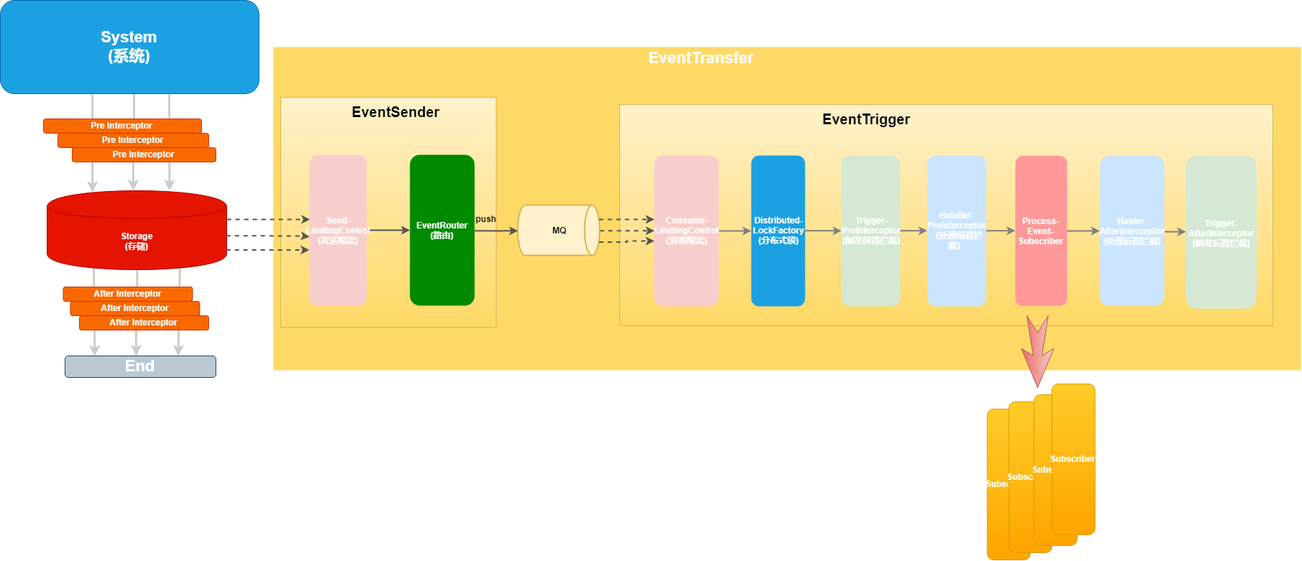
The draw.io diagram doc/image/EasyEvent.png in openquartz/easy-event, before a commit. Source tidied: cells renumbered, new cells last; positions are measured from the earlier drawing's top-left corner, leaving out a move shared by most shapes.
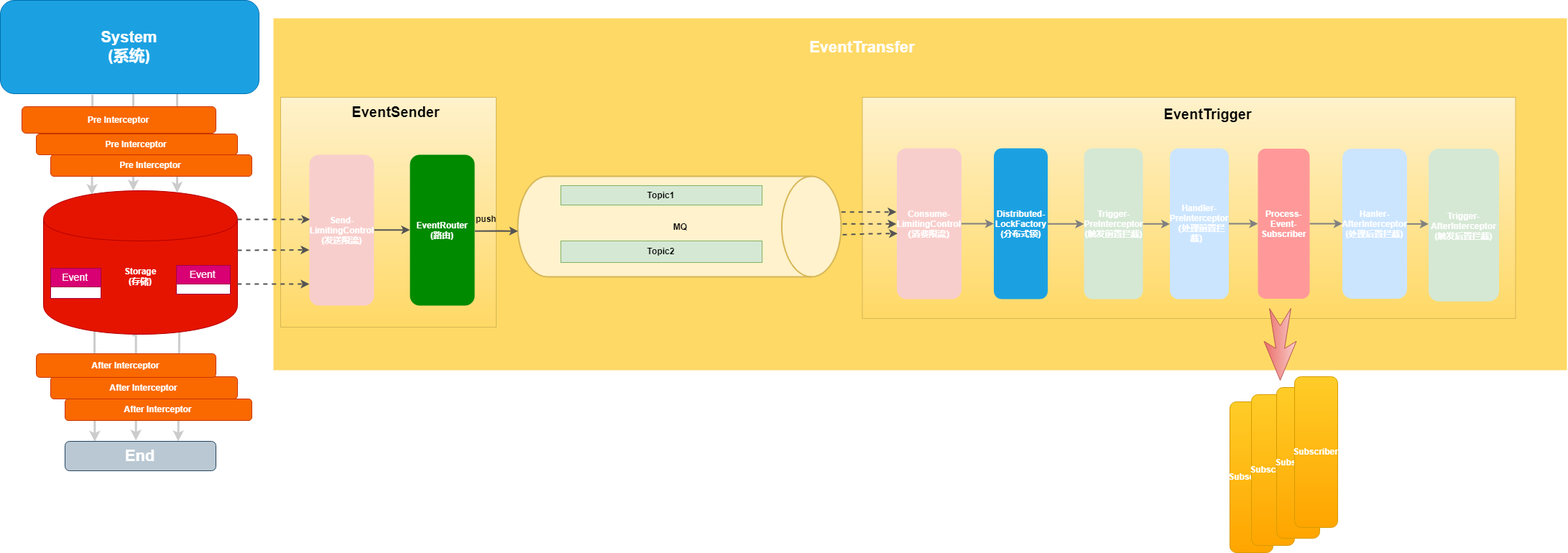
The same diagram one commit later.

Diff of the diagram source:
```diff
@@ -5,6 +5,6 @@
     <mxCell id="2" style="rounded=0;whiteSpace=wrap;html=1;strokeWidth=2;fillColor=#FFD966;strokeColor=none;" parent="1" vertex="1">
-      <mxGeometry x="380" y="65" width="1430" height="450" as="geometry" />
+      <mxGeometry x="380" y="25" width="1800" height="490" as="geometry" />
     </mxCell>
     <mxCell id="3" style="rounded=0;whiteSpace=wrap;html=1;gradientColor=#ffd966;fillColor=#fff2cc;strokeColor=#d6b656;" parent="1" vertex="1">
-      <mxGeometry x="862" y="145" width="909" height="308" as="geometry" />
+      <mxGeometry x="1199.5" y="135" width="909" height="308" as="geometry" />
     </mxCell>
@@ -15,3 +15,3 @@
       <mxGeometry relative="1" as="geometry">
-        <mxPoint x="130" y="365" as="sourcePoint" />
+        <mxPoint x="131" y="459" as="sourcePoint" />
       </mxGeometry>
@@ -23,10 +23,13 @@
     </mxCell>
-    <mxCell id="7" style="endArrow=classic;html=1;exitX=0.653;exitY=1.006;exitDx=0;exitDy=0;strokeWidth=3;strokeColor=#CCCCCC;exitPerimeter=0;entryX=0.682;entryY=-0.001;entryDx=0;entryDy=0;entryPerimeter=0;" parent="1" edge="1" source="10" target="15">
-      <mxGeometry relative="1" as="geometry" />
+    <mxCell id="7" style="endArrow=classic;html=1;strokeWidth=3;strokeColor=#CCCCCC;entryX=0.689;entryY=0.014;entryDx=0;entryDy=0;entryPerimeter=0;" parent="1" edge="1" target="15">
+      <mxGeometry relative="1" as="geometry">
+        <mxPoint x="246" y="125" as="sourcePoint" />
+      </mxGeometry>
     </mxCell>
-    <mxCell id="8" style="endArrow=classic;html=1;strokeWidth=3;strokeColor=#CCCCCC;exitX=0.356;exitY=1.009;exitDx=0;exitDy=0;exitPerimeter=0;entryX=0.253;entryY=0.021;entryDx=0;entryDy=0;entryPerimeter=0;" parent="1" edge="1" source="10" target="15">
+    <mxCell id="8" style="endArrow=classic;html=1;strokeWidth=3;strokeColor=#CCCCCC;exitX=0.356;exitY=1.009;exitDx=0;exitDy=0;exitPerimeter=0;entryX=0.25;entryY=0.03;entryDx=0;entryDy=0;entryPerimeter=0;" parent="1" edge="1" source="10" target="15">
       <mxGeometry relative="1" as="geometry" />
     </mxCell>
-    <mxCell id="9" style="edgeStyle=orthogonalEdgeStyle;rounded=0;jettySize=auto;html=1;strokeWidth=3;strokeColor=#CCCCCC;exitX=0.516;exitY=0.996;exitDx=0;exitDy=0;exitPerimeter=0;" parent="1" edge="1" source="10">
+    <mxCell id="9" style="edgeStyle=orthogonalEdgeStyle;rounded=0;orthogonalLoop=1;jettySize=auto;html=1;strokeWidth=3;strokeColor=#CCCCCC;" parent="1" edge="1">
       <mxGeometry relative="1" as="geometry">
+        <mxPoint x="185" y="125" as="sourcePoint" />
         <mxPoint x="185" y="265" as="targetPoint" />
@@ -38,29 +41,31 @@
     <mxCell id="11" value="&lt;b&gt;Pre Interceptor&lt;/b&gt;" style="rounded=1;whiteSpace=wrap;html=1;fillColor=#fa6800;strokeColor=#C73500;fontColor=#ffffff;" parent="1" vertex="1">
-      <mxGeometry x="60" y="165" width="220" height="20" as="geometry" />
+      <mxGeometry x="30" y="148" width="270" height="37" as="geometry" />
     </mxCell>
     <mxCell id="12" value="&lt;b&gt;Pre Interceptor&lt;/b&gt;" style="rounded=1;whiteSpace=wrap;html=1;fillColor=#fa6800;strokeColor=#C73500;fontColor=#ffffff;" parent="1" vertex="1">
-      <mxGeometry x="80" y="185" width="210" height="20" as="geometry" />
+      <mxGeometry x="50" y="186" width="280" height="29" as="geometry" />
     </mxCell>
     <mxCell id="13" value="&lt;b&gt;Pre Interceptor&lt;/b&gt;" style="rounded=1;whiteSpace=wrap;html=1;fillColor=#fa6800;strokeColor=#C73500;fontColor=#ffffff;" parent="1" vertex="1">
-      <mxGeometry x="100" y="205" width="200" height="20" as="geometry" />
+      <mxGeometry x="70" y="215" width="280" height="30" as="geometry" />
     </mxCell>
-    <mxCell id="14" style="edgeStyle=orthogonalEdgeStyle;rounded=0;jettySize=auto;html=1;entryX=0.473;entryY=-0.013;entryDx=0;entryDy=0;entryPerimeter=0;strokeWidth=3;strokeColor=#CCCCCC;" parent="1" edge="1" source="15" target="48">
-      <mxGeometry relative="1" as="geometry" />
+    <mxCell id="14" style="edgeStyle=orthogonalEdgeStyle;rounded=0;jettySize=auto;html=1;entryX=0.473;entryY=-0.013;entryDx=0;entryDy=0;entryPerimeter=0;strokeWidth=3;strokeColor=#CCCCCC;" parent="1" edge="1" target="48">
+      <mxGeometry relative="1" as="geometry">
+        <mxPoint x="184" y="466" as="sourcePoint" />
+        <Array as="points">
+          <mxPoint x="189" y="466" />
+        </Array>
+      </mxGeometry>
     </mxCell>
     <mxCell id="15" value="&lt;b&gt;Storage&lt;br&gt;(存储)&lt;/b&gt;" style="shape=cylinder;whiteSpace=wrap;html=1;boundedLbl=1;backgroundOutline=1;fillColor=#e51400;strokeColor=#B20000;fontColor=#ffffff;" parent="1" vertex="1">
-      <mxGeometry x="65" y="265" width="250" height="110" as="geometry" />
+      <mxGeometry x="60" y="265" width="270" height="200" as="geometry" />
     </mxCell>
-    <mxCell id="16" value="&lt;b&gt;After Interceptor&lt;/b&gt;" style="rounded=1;whiteSpace=wrap;html=1;fillColor=#fa6800;strokeColor=#C73500;fontColor=#ffffff;" parent="1" vertex="1">
-      <mxGeometry x="87.5" y="399" width="180" height="20" as="geometry" />
-    </mxCell>
     <mxCell id="17" value="&lt;b&gt;After Interceptor&lt;/b&gt;" style="rounded=1;whiteSpace=wrap;html=1;fillColor=#fa6800;strokeColor=#C73500;fontColor=#ffffff;" parent="1" vertex="1">
-      <mxGeometry x="97.5" y="419" width="180" height="20" as="geometry" />
+      <mxGeometry x="70" y="524" width="260" height="31" as="geometry" />
     </mxCell>
     <mxCell id="18" value="&lt;b&gt;After Interceptor&lt;/b&gt;" style="rounded=1;whiteSpace=wrap;html=1;fillColor=#fa6800;strokeColor=#C73500;fontColor=#ffffff;" parent="1" vertex="1">
-      <mxGeometry x="110" y="439" width="180" height="20" as="geometry" />
+      <mxGeometry x="90" y="555" width="260" height="30" as="geometry" />
     </mxCell>
-    <mxCell id="19" style="endArrow=classic;html=1;exitX=0.997;exitY=0.57;exitDx=0;exitDy=0;exitPerimeter=0;dashed=1;entryX=0.004;entryY=0.544;entryDx=0;entryDy=0;entryPerimeter=0;strokeWidth=2;strokeColor=#545454;" parent="1" edge="1" source="15" target="23">
+    <mxCell id="19" style="endArrow=classic;html=1;exitX=0.999;exitY=0.65;exitDx=0;exitDy=0;exitPerimeter=0;dashed=1;strokeWidth=2;strokeColor=#545454;" parent="1" edge="1" source="15" target="23">
       <mxGeometry relative="1" as="geometry">
         <Array as="points">
-          <mxPoint x="420" y="328" />
+          <mxPoint x="430" y="395" />
         </Array>
@@ -68,5 +73,5 @@
     </mxCell>
-    <mxCell id="20" style="endArrow=classic;html=1;exitX=0.997;exitY=0.57;exitDx=0;exitDy=0;exitPerimeter=0;dashed=1;strokeWidth=2;strokeColor=#545454;" parent="1" edge="1">
+    <mxCell id="20" style="endArrow=classic;html=1;dashed=1;strokeWidth=2;strokeColor=#545454;" parent="1" edge="1">
       <mxGeometry relative="1" as="geometry">
-        <mxPoint x="314.2" y="347.5" as="sourcePoint" />
+        <mxPoint x="330" y="348" as="sourcePoint" />
         <mxPoint x="430" y="347.5" as="targetPoint" />
@@ -74,5 +79,5 @@
     </mxCell>
-    <mxCell id="21" style="endArrow=classic;html=1;exitX=0.997;exitY=0.57;exitDx=0;exitDy=0;exitPerimeter=0;dashed=1;strokeWidth=2;strokeColor=#545454;" parent="1" edge="1">
+    <mxCell id="21" style="endArrow=classic;html=1;dashed=1;strokeWidth=2;strokeColor=#545454;" parent="1" edge="1">
       <mxGeometry relative="1" as="geometry">
-        <mxPoint x="315.2" y="305" as="sourcePoint" />
+        <mxPoint x="330" y="305" as="sourcePoint" />
         <mxPoint x="431" y="305" as="targetPoint" />
@@ -80,3 +85,3 @@
     </mxCell>
-    <mxCell id="22" style="edgeStyle=orthogonalEdgeStyle;rounded=0;jettySize=auto;html=1;strokeWidth=2;strokeColor=#545454;" parent="1" edge="1" source="23" target="24">
+    <mxCell id="22" style="edgeStyle=orthogonalEdgeStyle;rounded=0;jettySize=auto;html=1;strokeWidth=2;strokeColor=#545454;exitX=1;exitY=0.5;exitDx=0;exitDy=0;" parent="1" edge="1" source="23" target="24">
       <mxGeometry relative="1" as="geometry" />
@@ -84,3 +89,3 @@
     <mxCell id="23" value="&lt;b&gt;&lt;font color=&quot;#ffffff&quot;&gt;Send-LimitingControl&lt;br&gt;(发送限流)&lt;/font&gt;&lt;/b&gt;" style="rounded=1;whiteSpace=wrap;html=1;fillColor=#f8cecc;strokeColor=none;" parent="1" vertex="1">
-      <mxGeometry x="430" y="215" width="80" height="210" as="geometry" />
+      <mxGeometry x="430" y="215" width="90" height="210" as="geometry" />
     </mxCell>
@@ -89,7 +94,8 @@
     </mxCell>
-    <mxCell id="25" style="edgeStyle=orthogonalEdgeStyle;rounded=0;jettySize=auto;html=1;dashed=1;entryX=0;entryY=0.5;entryDx=0;entryDy=0;strokeWidth=2;strokeColor=#545454;" parent="1" edge="1" source="26" target="28">
+    <mxCell id="25" style="edgeStyle=orthogonalEdgeStyle;rounded=0;jettySize=auto;html=1;dashed=1;entryX=0;entryY=0.5;entryDx=0;entryDy=0;strokeWidth=2;strokeColor=#545454;" parent="1" edge="1" target="28">
       <mxGeometry relative="1" as="geometry">
+        <mxPoint x="1171.5" y="311" as="sourcePoint" />
         <Array as="points">
-          <mxPoint x="850" y="321" />
-          <mxPoint x="850" y="321" />
+          <mxPoint x="1187.5" y="311" />
+          <mxPoint x="1187.5" y="311" />
         </Array>
@@ -98,3 +104,3 @@
     <mxCell id="26" value="&lt;b&gt;MQ&lt;/b&gt;" style="strokeWidth=2;html=1;shape=mxgraph.flowchart.direct_data;whiteSpace=wrap;fillColor=#fff2cc;strokeColor=#d6b656;" parent="1" vertex="1">
-      <mxGeometry x="720" y="285" width="114" height="70" as="geometry" />
+      <mxGeometry x="720" y="245" width="450" height="140" as="geometry" />
     </mxCell>
@@ -104,6 +110,6 @@
     <mxCell id="28" value="&lt;b&gt;&lt;font color=&quot;#ffffff&quot;&gt;Consume-&lt;br&gt;LimitingControl&lt;br&gt;（消费限流）&lt;/font&gt;&lt;/b&gt;" style="rounded=1;whiteSpace=wrap;html=1;fillColor=#f8cecc;strokeColor=none;" parent="1" vertex="1">
-      <mxGeometry x="910" y="216" width="90" height="210" as="geometry" />
+      <mxGeometry x="1247.5" y="206" width="90" height="210" as="geometry" />
     </mxCell>
     <mxCell id="29" value="&lt;b&gt;Distributed-&lt;br&gt;LockFactory&lt;br&gt;(分布式锁)&lt;/b&gt;" style="rounded=1;whiteSpace=wrap;html=1;fillColor=#1ba1e2;strokeColor=none;fontColor=#ffffff;" parent="1" vertex="1">
-      <mxGeometry x="1045" y="216" width="75" height="210" as="geometry" />
+      <mxGeometry x="1382.5" y="206" width="75" height="210" as="geometry" />
     </mxCell>
@@ -116,3 +122,3 @@
     <mxCell id="32" value="&lt;b&gt;&lt;font color=&quot;#ffffff&quot;&gt;Trigger-&lt;br&gt;PreInterceptor&lt;br&gt;(触发前置拦截)&lt;/font&gt;&lt;/b&gt;" style="rounded=1;whiteSpace=wrap;html=1;fillColor=#d5e8d4;strokeColor=none;" parent="1" vertex="1">
-      <mxGeometry x="1170.5" y="216" width="82" height="210" as="geometry" />
+      <mxGeometry x="1508" y="206" width="82" height="210" as="geometry" />
     </mxCell>
@@ -122,3 +128,3 @@
     <mxCell id="34" value="&lt;font color=&quot;#ffffff&quot;&gt;&lt;b&gt;Handler-&lt;br&gt;PreInterceptor&lt;br&gt;（处理前置拦截）&lt;br&gt;&lt;/b&gt;&lt;/font&gt;" style="rounded=1;whiteSpace=wrap;html=1;fillColor=#CCE5FF;strokeColor=none;" parent="1" vertex="1">
-      <mxGeometry x="1290" y="216" width="82" height="210" as="geometry" />
+      <mxGeometry x="1627.5" y="206" width="82" height="210" as="geometry" />
     </mxCell>
@@ -128,3 +134,3 @@
     <mxCell id="36" value="&lt;b&gt;&lt;font color=&quot;#ffffff&quot;&gt;Process-Event-Subscriber&lt;/font&gt;&lt;/b&gt;" style="rounded=1;whiteSpace=wrap;html=1;fillColor=#FF9999;strokeColor=none;dashed=1;" parent="1" vertex="1">
-      <mxGeometry x="1412.5" y="216.5" width="72" height="209" as="geometry" />
+      <mxGeometry x="1750" y="206.5" width="72" height="209" as="geometry" />
     </mxCell>
@@ -133,4 +139,4 @@
         <Array as="points">
-          <mxPoint x="1640" y="322" />
-          <mxPoint x="1640" y="322" />
+          <mxPoint x="1977.5" y="312" />
+          <mxPoint x="1977.5" y="312" />
         </Array>
@@ -139,9 +145,9 @@
     <mxCell id="38" value="&lt;font color=&quot;#ffffff&quot;&gt;&lt;b&gt;Hanler-&lt;br&gt;&lt;/b&gt;&lt;/font&gt;&lt;b&gt;&lt;font color=&quot;#ffffff&quot;&gt;AfterInterceptor&lt;br&gt;(处理后置拦截)&lt;/font&gt;&lt;/b&gt;" style="rounded=1;whiteSpace=wrap;html=1;fillColor=#CCE5FF;strokeColor=none;dashed=1;" parent="1" vertex="1">
-      <mxGeometry x="1530" y="216.5" width="90" height="209" as="geometry" />
+      <mxGeometry x="1867.5" y="206.5" width="90" height="209" as="geometry" />
     </mxCell>
     <mxCell id="39" value="&lt;font color=&quot;#ffffff&quot;&gt;&lt;b&gt;Subscriber&lt;/b&gt;&lt;/font&gt;" style="rounded=1;whiteSpace=wrap;html=1;gradientColor=#ffa500;fillColor=#ffcd28;strokeColor=#d79b00;" parent="1" vertex="1">
-      <mxGeometry x="1373.5" y="569" width="60" height="210" as="geometry" />
+      <mxGeometry x="1711" y="559" width="60" height="210" as="geometry" />
     </mxCell>
     <mxCell id="40" value="&lt;b&gt;&lt;font color=&quot;#ffffff&quot;&gt;Trigger-&lt;br&gt;AfterInterceptor&lt;br&gt;(触发后置拦截)&lt;/font&gt;&lt;/b&gt;" style="rounded=1;whiteSpace=wrap;html=1;fillColor=#d5e8d4;strokeColor=none;strokeWidth=1;dashed=1;" parent="1" vertex="1">
-      <mxGeometry x="1650" y="216.5" width="98" height="210" as="geometry" />
+      <mxGeometry x="1987.5" y="206.5" width="98" height="210" as="geometry" />
     </mxCell>
@@ -154,18 +160,18 @@
     <mxCell id="43" value="&lt;b&gt;&lt;font style=&quot;font-size: 20px&quot;&gt;EventTrigger&lt;/font&gt;&lt;/b&gt;" style="text;html=1;strokeColor=none;fillColor=none;align=center;verticalAlign=middle;whiteSpace=wrap;rounded=0;" parent="1" vertex="1">
-      <mxGeometry x="1185" y="155" width="40" height="20" as="geometry" />
+      <mxGeometry x="1660" y="148" width="40" height="20" as="geometry" />
     </mxCell>
     <mxCell id="44" value="&lt;font color=&quot;#ffffff&quot;&gt;&lt;b&gt;Subscriber&lt;/b&gt;&lt;/font&gt;" style="rounded=1;whiteSpace=wrap;html=1;gradientColor=#ffa500;fillColor=#ffcd28;strokeColor=#d79b00;" parent="1" vertex="1">
-      <mxGeometry x="1403.5" y="559" width="60" height="210" as="geometry" />
+      <mxGeometry x="1741" y="549" width="60" height="210" as="geometry" />
     </mxCell>
     <mxCell id="45" value="&lt;font color=&quot;#ffffff&quot;&gt;&lt;b&gt;Subscriber&lt;/b&gt;&lt;/font&gt;" style="rounded=1;whiteSpace=wrap;html=1;gradientColor=#ffa500;fillColor=#ffcd28;strokeColor=#d79b00;" parent="1" vertex="1">
-      <mxGeometry x="1438.5" y="549" width="60" height="210" as="geometry" />
+      <mxGeometry x="1776" y="539" width="60" height="210" as="geometry" />
     </mxCell>
     <mxCell id="46" value="&lt;font color=&quot;#ffffff&quot;&gt;&lt;b&gt;Subscriber&lt;/b&gt;&lt;/font&gt;" style="rounded=1;whiteSpace=wrap;html=1;gradientColor=#ffa500;fillColor=#ffcd28;strokeColor=#d79b00;" parent="1" vertex="1">
-      <mxGeometry x="1463.5" y="534" width="60" height="210" as="geometry" />
+      <mxGeometry x="1801" y="524" width="60" height="210" as="geometry" />
     </mxCell>
     <mxCell id="47" style="html=1;shadow=0;dashed=0;align=center;verticalAlign=middle;shape=mxgraph.arrows2.stylisedArrow;dy=0.73;dx=44.33;notch=24;feather=0.34;direction=south;gradientColor=#ea6b66;fillColor=#f8cecc;strokeColor=#b85450;" parent="1" vertex="1">
-      <mxGeometry x="1421" y="439" width="45" height="100" as="geometry" />
+      <mxGeometry x="1758.5" y="429" width="45" height="100" as="geometry" />
     </mxCell>
     <mxCell id="48" value="&lt;font color=&quot;#ffffff&quot; size=&quot;1&quot;&gt;&lt;b style=&quot;font-size: 22px&quot;&gt;End&lt;/b&gt;&lt;/font&gt;" style="rounded=1;whiteSpace=wrap;html=1;fillColor=#bac8d3;strokeColor=#23445d;" parent="1" vertex="1">
-      <mxGeometry x="90" y="495" width="210" height="30" as="geometry" />
+      <mxGeometry x="90" y="614" width="210" height="41" as="geometry" />
     </mxCell>
@@ -173,6 +179,6 @@
       <mxGeometry relative="1" as="geometry">
-        <mxPoint x="833" y="305" as="sourcePoint" />
-        <mxPoint x="909.8" y="304.8" as="targetPoint" />
+        <mxPoint x="1170.5" y="295" as="sourcePoint" />
+        <mxPoint x="1247.3" y="294.8" as="targetPoint" />
         <Array as="points">
-          <mxPoint x="833" y="305" />
+          <mxPoint x="1170.5" y="295" />
         </Array>
@@ -180,7 +186,8 @@
     </mxCell>
-    <mxCell id="50" style="edgeStyle=orthogonalEdgeStyle;rounded=0;jettySize=auto;html=1;dashed=1;strokeWidth=2;strokeColor=#545454;exitX=0.997;exitY=0.729;exitDx=0;exitDy=0;exitPerimeter=0;" parent="1" edge="1" source="26">
+    <mxCell id="50" style="edgeStyle=orthogonalEdgeStyle;rounded=0;orthogonalLoop=1;jettySize=auto;html=1;dashed=1;strokeWidth=2;strokeColor=#545454;exitX=0.997;exitY=0.729;exitDx=0;exitDy=0;exitPerimeter=0;" parent="1" edge="1">
       <mxGeometry relative="1" as="geometry">
-        <mxPoint x="910.7" y="335" as="targetPoint" />
+        <mxPoint x="1171.5" y="326" as="sourcePoint" />
+        <mxPoint x="1248.2" y="325" as="targetPoint" />
         <Array as="points">
-          <mxPoint x="872" y="335" />
+          <mxPoint x="1209.5" y="325" />
         </Array>
@@ -198,10 +205,25 @@
     <mxCell id="52" value="&lt;b&gt;&lt;font style=&quot;font-size: 22px&quot; color=&quot;#ffffff&quot;&gt;EventTransfer&lt;/font&gt;&lt;/b&gt;" style="text;html=1;strokeColor=none;fillColor=none;align=center;verticalAlign=middle;whiteSpace=wrap;rounded=0;" parent="1" vertex="1">
-      <mxGeometry x="955" y="70" width="40" height="20" as="geometry" />
+      <mxGeometry x="1179.5" y="55" width="40" height="20" as="geometry" />
     </mxCell>
     <mxCell id="53" value="&lt;b&gt;&lt;font color=&quot;#ffffff&quot;&gt;Trigger-&lt;br&gt;AfterInterceptor&lt;br&gt;(触发后置拦截)&lt;/font&gt;&lt;/b&gt;" style="rounded=1;whiteSpace=wrap;html=1;fillColor=#d5e8d4;strokeColor=none;strokeWidth=1;dashed=1;" parent="1" vertex="1">
-      <mxGeometry x="1650" y="219" width="98" height="210" as="geometry" />
+      <mxGeometry x="1987.5" y="209" width="98" height="210" as="geometry" />
     </mxCell>
     <mxCell id="54" value="&lt;b&gt;&lt;font color=&quot;#ffffff&quot;&gt;Trigger-&lt;br&gt;AfterInterceptor&lt;br&gt;(触发后置拦截)&lt;/font&gt;&lt;/b&gt;" style="rounded=1;whiteSpace=wrap;html=1;fillColor=#d5e8d4;strokeColor=none;strokeWidth=1;dashed=1;" parent="1" vertex="1">
-      <mxGeometry x="1650" y="219" width="98" height="210" as="geometry" />
+      <mxGeometry x="1987.5" y="209" width="98" height="210" as="geometry" />
     </mxCell>
+    <mxCell id="55" value="&lt;b&gt;Topic1&lt;/b&gt;" style="rounded=0;whiteSpace=wrap;html=1;fillColor=#d5e8d4;strokeColor=#82b366;" parent="1" vertex="1">
+      <mxGeometry x="780" y="258" width="280" height="27" as="geometry" />
+    </mxCell>
+    <mxCell id="56" value="&lt;b&gt;Topic2&lt;/b&gt;" style="rounded=0;whiteSpace=wrap;html=1;fillColor=#d5e8d4;strokeColor=#82b366;" parent="1" vertex="1">
+      <mxGeometry x="780" y="335" width="280" height="30" as="geometry" />
+    </mxCell>
+    <mxCell id="16" value="&lt;b&gt;After Interceptor&lt;/b&gt;" style="rounded=1;whiteSpace=wrap;html=1;fillColor=#fa6800;strokeColor=#C73500;fontColor=#ffffff;" parent="1" vertex="1">
+      <mxGeometry x="50" y="492" width="250" height="33" as="geometry" />
+    </mxCell>
+    <mxCell id="57" value="Event" style="swimlane;fontStyle=0;horizontal=1;startSize=26;fillColor=#d80073;swimlaneFillColor=#ffffff;align=center;fontSize=14;strokeColor=#A50040;fontColor=#ffffff;" parent="1" vertex="1">
+      <mxGeometry x="70" y="373" width="70" height="42" as="geometry" />
+    </mxCell>
+    <mxCell id="58" value="Event" style="swimlane;fontStyle=0;horizontal=1;startSize=26;fillColor=#d80073;swimlaneFillColor=#ffffff;align=center;fontSize=14;strokeColor=#A50040;fontColor=#ffffff;" parent="1" vertex="1">
+      <mxGeometry x="245" y="369" width="75" height="40" as="geometry" />
+    </mxCell>
   </root>
```
